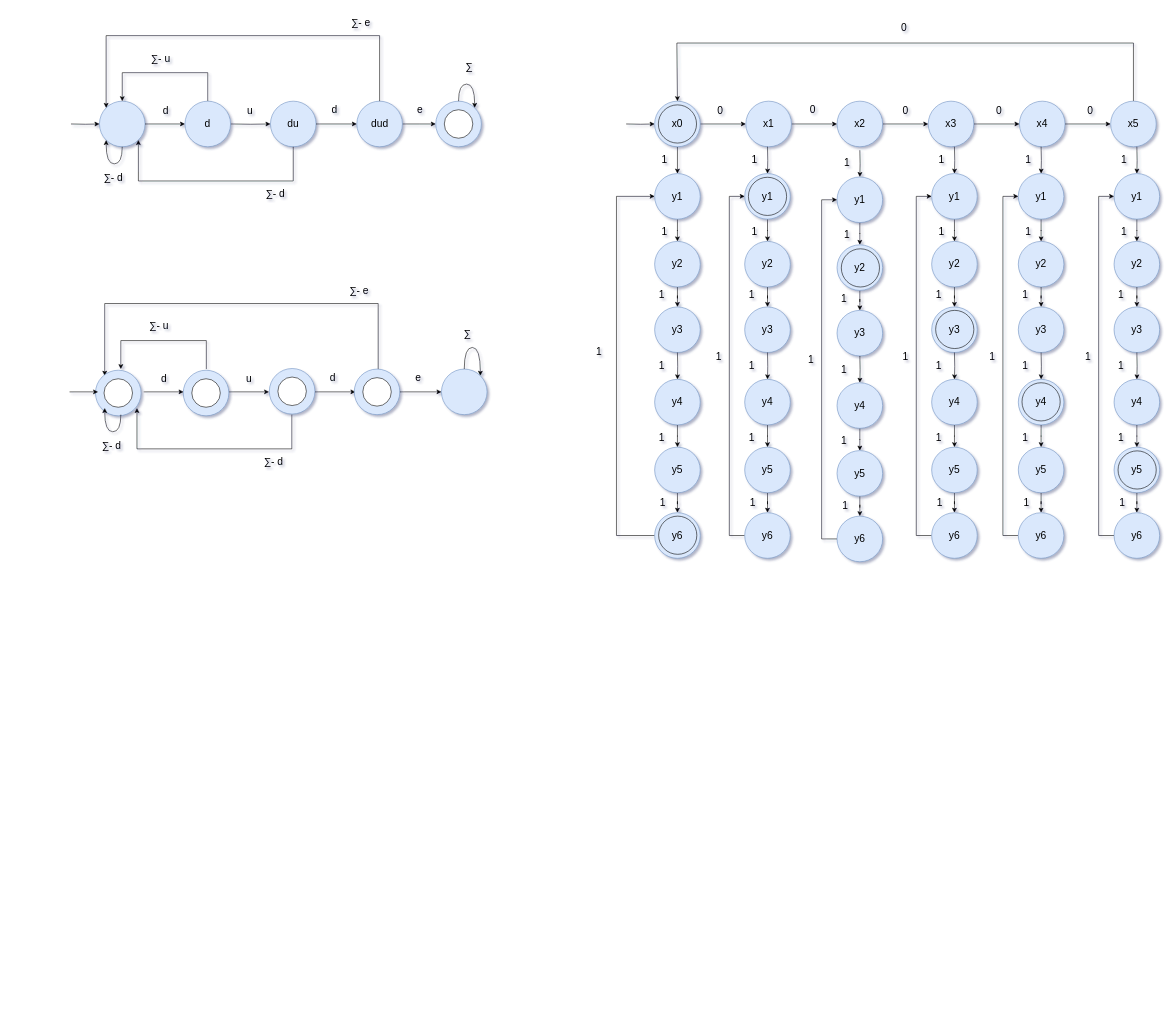
The draw.io diagram HW4/Untitled Diagram.drawio in mohsenkamini/SBU_FLA, before the edit. Source tidied: cells renumbered, new cells numbered last; positions are measured from the earlier drawing's top-left corner, leaving out a move shared by most shapes. Both pictures are drawn from the tidied source at 57%, with x=0, y=0 at pixel (70, 10).
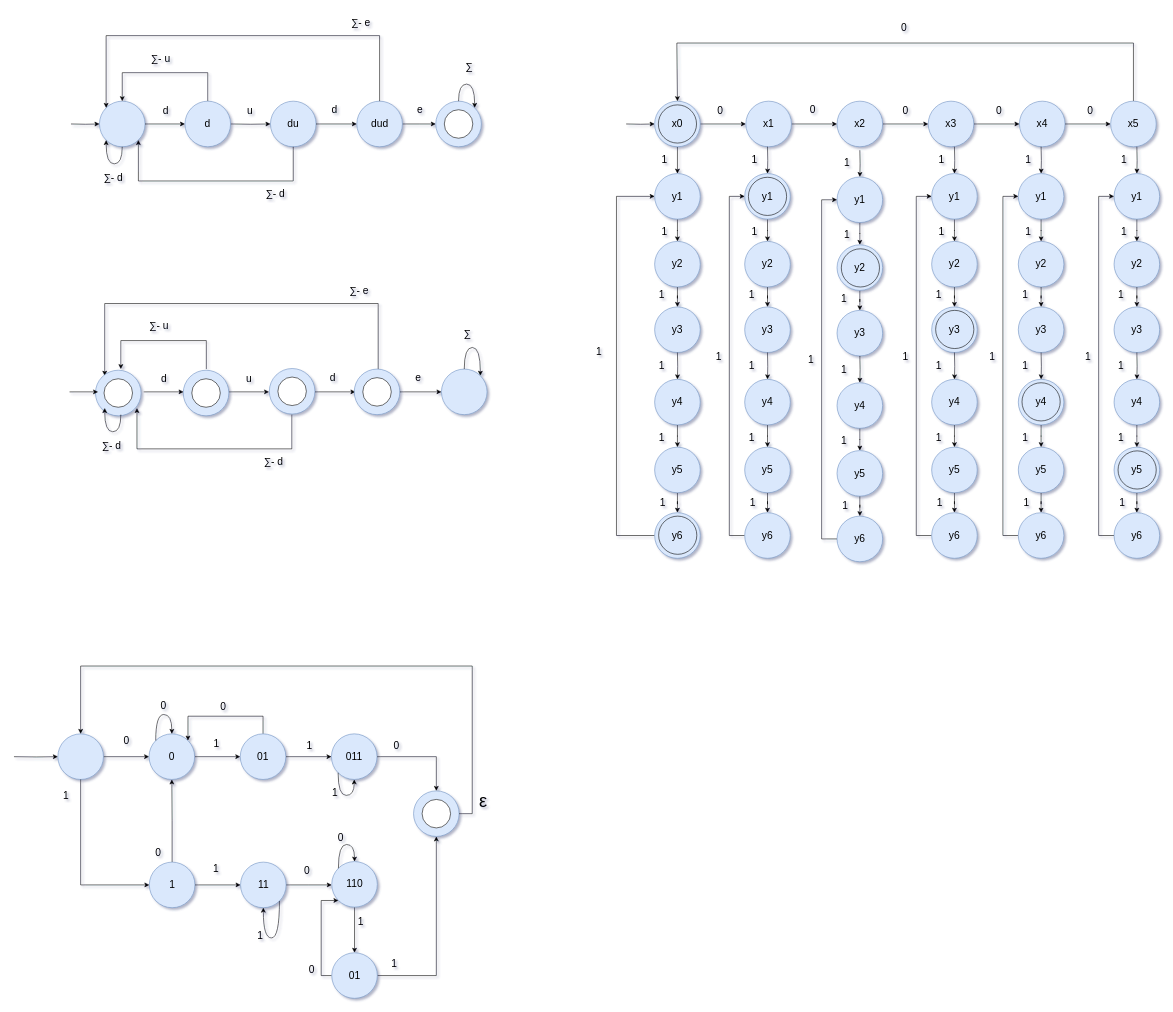
After the change.

The edit, as a diff of the source:
```diff
@@
+    <mxCell id="208" style="edgeStyle=orthogonalEdgeStyle;rounded=0;jettySize=auto;html=1;fontFamily=Helvetica;fontSize=18;fontColor=default;" parent="1" edge="1" source="209" target="212">
+      <mxGeometry relative="1" as="geometry" />
+    </mxCell>
+    <mxCell id="209" value="&lt;div&gt;&lt;br&gt;&lt;/div&gt;" style="ellipse;whiteSpace=wrap;html=1;hachureGap=4;fillColor=#dae8fc;strokeColor=#6c8ebf;rounded=0;fontSize=18;" parent="1" vertex="1">
+      <mxGeometry x="-21" y="1270" width="80" height="80" as="geometry" />
+    </mxCell>
+    <mxCell id="210" style="edgeStyle=orthogonalEdgeStyle;rounded=0;jettySize=auto;html=1;fontSize=18;entryX=0;entryY=0.5;entryDx=0;entryDy=0;" parent="1" edge="1" target="209">
+      <mxGeometry relative="1" as="geometry">
+        <mxPoint x="-98" y="1310" as="sourcePoint" />
+      </mxGeometry>
+    </mxCell>
+    <mxCell id="211" style="edgeStyle=orthogonalEdgeStyle;rounded=0;jettySize=auto;html=1;fontFamily=Helvetica;fontSize=18;fontColor=default;" parent="1" edge="1" source="212" target="215">
+      <mxGeometry relative="1" as="geometry" />
+    </mxCell>
+    <mxCell id="212" value="0" style="ellipse;whiteSpace=wrap;html=1;fontSize=18;fillColor=#dae8fc;strokeColor=#6c8ebf;hachureGap=4;rounded=0;" parent="1" vertex="1">
+      <mxGeometry x="139" y="1270" width="80" height="80" as="geometry" />
+    </mxCell>
+    <mxCell id="213" style="edgeStyle=orthogonalEdgeStyle;rounded=0;jettySize=auto;html=1;fontFamily=Helvetica;fontSize=18;fontColor=default;" parent="1" edge="1" source="215" target="217">
+      <mxGeometry relative="1" as="geometry" />
+    </mxCell>
+    <mxCell id="214" style="edgeStyle=orthogonalEdgeStyle;rounded=0;jettySize=auto;html=1;entryX=1;entryY=0;entryDx=0;entryDy=0;fontFamily=Helvetica;fontSize=18;fontColor=default;" parent="1" edge="1" source="215" target="212">
+      <mxGeometry relative="1" as="geometry">
+        <Array as="points">
+          <mxPoint x="339" y="1239" />
+          <mxPoint x="207" y="1239" />
+        </Array>
+      </mxGeometry>
+    </mxCell>
+    <mxCell id="215" value="01" style="ellipse;whiteSpace=wrap;html=1;fontSize=18;fillColor=#dae8fc;strokeColor=#6c8ebf;hachureGap=4;rounded=0;" parent="1" vertex="1">
+      <mxGeometry x="299" y="1270" width="80" height="80" as="geometry" />
+    </mxCell>
+    <mxCell id="216" style="edgeStyle=orthogonalEdgeStyle;rounded=0;jettySize=auto;html=1;" parent="1" edge="1" source="217" target="234">
+      <mxGeometry relative="1" as="geometry" />
+    </mxCell>
+    <mxCell id="217" value="011" style="ellipse;whiteSpace=wrap;html=1;fontSize=18;fillColor=#dae8fc;strokeColor=#6c8ebf;hachureGap=4;rounded=0;" parent="1" vertex="1">
+      <mxGeometry x="459" y="1270" width="80" height="80" as="geometry" />
+    </mxCell>
+    <mxCell id="218" style="edgeStyle=orthogonalEdgeStyle;rounded=0;jettySize=auto;html=1;fontFamily=Helvetica;fontSize=18;fontColor=default;exitX=0.5;exitY=1;exitDx=0;exitDy=0;" parent="1" edge="1" source="209" target="221">
+      <mxGeometry relative="1" as="geometry">
+        <Array as="points">
+          <mxPoint x="19" y="1535" />
+        </Array>
+      </mxGeometry>
+    </mxCell>
+    <mxCell id="219" style="edgeStyle=orthogonalEdgeStyle;rounded=0;jettySize=auto;html=1;fontFamily=Helvetica;fontSize=18;fontColor=default;" parent="1" edge="1" source="221" target="223">
+      <mxGeometry relative="1" as="geometry" />
+    </mxCell>
+    <mxCell id="220" style="edgeStyle=orthogonalEdgeStyle;rounded=0;jettySize=auto;html=1;entryX=0.5;entryY=1;entryDx=0;entryDy=0;fontFamily=Helvetica;fontSize=18;fontColor=default;" parent="1" edge="1" source="221" target="212">
+      <mxGeometry relative="1" as="geometry" />
+    </mxCell>
+    <mxCell id="221" value="1" style="ellipse;whiteSpace=wrap;html=1;fontSize=18;fillColor=#dae8fc;strokeColor=#6c8ebf;hachureGap=4;rounded=0;" parent="1" vertex="1">
+      <mxGeometry x="139.5" y="1495" width="80" height="80" as="geometry" />
+    </mxCell>
+    <mxCell id="222" style="edgeStyle=orthogonalEdgeStyle;rounded=0;jettySize=auto;html=1;fontFamily=Helvetica;fontSize=18;fontColor=default;" parent="1" edge="1" source="223">
+      <mxGeometry relative="1" as="geometry">
+        <mxPoint x="459.5" y="1535" as="targetPoint" />
+      </mxGeometry>
+    </mxCell>
+    <mxCell id="223" value="11" style="ellipse;whiteSpace=wrap;html=1;fontSize=18;fillColor=#dae8fc;strokeColor=#6c8ebf;hachureGap=4;rounded=0;" parent="1" vertex="1">
+      <mxGeometry x="299.5" y="1495" width="80" height="80" as="geometry" />
+    </mxCell>
+    <mxCell id="224" style="edgeStyle=orthogonalEdgeStyle;rounded=0;jettySize=auto;html=1;fontFamily=Helvetica;fontSize=18;fontColor=default;" parent="1" edge="1" source="225" target="238">
+      <mxGeometry relative="1" as="geometry" />
+    </mxCell>
+    <mxCell id="225" value="110" style="ellipse;whiteSpace=wrap;html=1;fontSize=18;fillColor=#dae8fc;strokeColor=#6c8ebf;hachureGap=4;rounded=0;" parent="1" vertex="1">
+      <mxGeometry x="459.5" y="1494" width="80" height="80" as="geometry" />
+    </mxCell>
+    <mxCell id="226" value="0" style="text;html=1;align=center;verticalAlign=middle;strokeColor=none;fillColor=none;fontFamily=Helvetica;fontSize=18;fontColor=default;" parent="1" vertex="1">
+      <mxGeometry x="85" y="1266" width="28" height="34" as="geometry" />
+    </mxCell>
+    <mxCell id="227" value="1" style="text;html=1;align=center;verticalAlign=middle;strokeColor=none;fillColor=none;fontFamily=Helvetica;fontSize=18;fontColor=default;" parent="1" vertex="1">
+      <mxGeometry x="243" y="1271" width="28" height="34" as="geometry" />
+    </mxCell>
+    <mxCell id="228" value="1" style="text;html=1;align=center;verticalAlign=middle;strokeColor=none;fillColor=none;fontFamily=Helvetica;fontSize=18;fontColor=default;" parent="1" vertex="1">
+      <mxGeometry x="406" y="1274" width="28" height="34" as="geometry" />
+    </mxCell>
+    <mxCell id="229" value="1" style="text;html=1;align=center;verticalAlign=middle;strokeColor=none;fillColor=none;fontFamily=Helvetica;fontSize=18;fontColor=default;" parent="1" vertex="1">
+      <mxGeometry x="-21" y="1362" width="28" height="34" as="geometry" />
+    </mxCell>
+    <mxCell id="230" value="1" style="text;html=1;align=center;verticalAlign=middle;strokeColor=none;fillColor=none;fontFamily=Helvetica;fontSize=18;fontColor=default;" parent="1" vertex="1">
+      <mxGeometry x="241.5" y="1489" width="28" height="34" as="geometry" />
+    </mxCell>
+    <mxCell id="231" value="0" style="text;html=1;align=center;verticalAlign=middle;strokeColor=none;fillColor=none;fontFamily=Helvetica;fontSize=18;fontColor=default;" parent="1" vertex="1">
+      <mxGeometry x="401.5" y="1494" width="28" height="34" as="geometry" />
+    </mxCell>
+    <mxCell id="232" value="1" style="text;html=1;align=center;verticalAlign=middle;strokeColor=none;fillColor=none;fontFamily=Helvetica;fontSize=18;fontColor=default;" parent="1" vertex="1">
+      <mxGeometry x="319.5" y="1608" width="28" height="34" as="geometry" />
+    </mxCell>
+    <mxCell id="233" style="group;" parent="1" vertex="1">
+      <mxGeometry x="603" y="1370" width="80" height="80" as="geometry" />
+    </mxCell>
+    <mxCell id="234" style="ellipse;whiteSpace=wrap;html=1;hachureGap=4;fillColor=#dae8fc;strokeColor=#6c8ebf;rounded=0;fontSize=18;" parent="233" vertex="1">
+      <mxGeometry width="80" height="80" as="geometry" />
+    </mxCell>
+    <mxCell id="235" style="ellipse;whiteSpace=wrap;html=1;hachureGap=4;rounded=0;fontSize=18;" parent="233" vertex="1">
+      <mxGeometry x="15" y="15" width="50" height="50" as="geometry" />
+    </mxCell>
+    <mxCell id="236" style="edgeStyle=orthogonalEdgeStyle;rounded=0;jettySize=auto;html=1;fontFamily=Helvetica;fontSize=18;fontColor=default;entryX=0.5;entryY=1;entryDx=0;entryDy=0;" parent="1" edge="1" source="238" target="234">
+      <mxGeometry relative="1" as="geometry" />
+    </mxCell>
+    <mxCell id="237" style="edgeStyle=orthogonalEdgeStyle;rounded=0;jettySize=auto;html=1;entryX=0;entryY=1;entryDx=0;entryDy=0;fontFamily=Helvetica;fontSize=18;fontColor=default;" parent="1" edge="1" source="238" target="225">
+      <mxGeometry relative="1" as="geometry">
+        <Array as="points">
+          <mxPoint x="441" y="1694" />
+          <mxPoint x="441" y="1562" />
+        </Array>
+      </mxGeometry>
+    </mxCell>
+    <mxCell id="238" value="01" style="ellipse;whiteSpace=wrap;html=1;fontSize=18;fillColor=#dae8fc;strokeColor=#6c8ebf;hachureGap=4;rounded=0;" parent="1" vertex="1">
+      <mxGeometry x="459.5" y="1654" width="80" height="80" as="geometry" />
+    </mxCell>
+    <mxCell id="239" value="1" style="text;html=1;align=center;verticalAlign=middle;strokeColor=none;fillColor=none;fontFamily=Helvetica;fontSize=18;fontColor=default;" parent="1" vertex="1">
+      <mxGeometry x="496" y="1582" width="28" height="34" as="geometry" />
+    </mxCell>
+    <mxCell id="240" value="1" style="text;html=1;align=center;verticalAlign=middle;strokeColor=none;fillColor=none;fontFamily=Helvetica;fontSize=18;fontColor=default;" parent="1" vertex="1">
+      <mxGeometry x="555" y="1656" width="28" height="34" as="geometry" />
+    </mxCell>
+    <mxCell id="241" style="edgeStyle=orthogonalEdgeStyle;rounded=0;orthogonalLoop=1;jettySize=auto;html=1;exitX=0;exitY=1;exitDx=0;exitDy=0;entryX=0.5;entryY=1;entryDx=0;entryDy=0;fontFamily=Helvetica;fontSize=18;fontColor=default;curved=1;" parent="1" edge="1" source="217" target="217">
+      <mxGeometry relative="1" as="geometry">
+        <Array as="points">
+          <mxPoint x="471" y="1378" />
+          <mxPoint x="499" y="1378" />
+        </Array>
+      </mxGeometry>
+    </mxCell>
+    <mxCell id="242" value="1" style="text;html=1;align=center;verticalAlign=middle;strokeColor=none;fillColor=none;fontFamily=Helvetica;fontSize=18;fontColor=default;" parent="1" vertex="1">
+      <mxGeometry x="451" y="1357" width="28" height="34" as="geometry" />
+    </mxCell>
+    <mxCell id="243" value="0" style="text;html=1;align=center;verticalAlign=middle;strokeColor=none;fillColor=none;fontFamily=Helvetica;fontSize=18;fontColor=default;" parent="1" vertex="1">
+      <mxGeometry x="559" y="1274" width="28" height="34" as="geometry" />
+    </mxCell>
+    <mxCell id="244" style="edgeStyle=orthogonalEdgeStyle;rounded=0;orthogonalLoop=1;jettySize=auto;html=1;exitX=0;exitY=0;exitDx=0;exitDy=0;entryX=0.5;entryY=0;entryDx=0;entryDy=0;fontFamily=Helvetica;fontSize=18;fontColor=default;curved=1;" parent="1" edge="1" source="212" target="212">
+      <mxGeometry relative="1" as="geometry">
+        <Array as="points">
+          <mxPoint x="151" y="1236" />
+          <mxPoint x="179" y="1236" />
+        </Array>
+      </mxGeometry>
+    </mxCell>
+    <mxCell id="245" value="0" style="text;html=1;align=center;verticalAlign=middle;strokeColor=none;fillColor=none;fontFamily=Helvetica;fontSize=18;fontColor=default;" parent="1" vertex="1">
+      <mxGeometry x="150" y="1204" width="28" height="34" as="geometry" />
+    </mxCell>
+    <mxCell id="246" value="0" style="text;html=1;align=center;verticalAlign=middle;strokeColor=none;fillColor=none;fontFamily=Helvetica;fontSize=18;fontColor=default;" parent="1" vertex="1">
+      <mxGeometry x="255" y="1206" width="28" height="34" as="geometry" />
+    </mxCell>
+    <mxCell id="247" style="edgeStyle=orthogonalEdgeStyle;rounded=0;jettySize=auto;html=1;entryX=0.5;entryY=0;entryDx=0;entryDy=0;fontFamily=Helvetica;fontSize=18;fontColor=default;" parent="1" edge="1" source="234" target="209">
+      <mxGeometry relative="1" as="geometry">
+        <Array as="points">
+          <mxPoint x="706" y="1410" />
+          <mxPoint x="706" y="1151" />
+          <mxPoint x="19" y="1151" />
+        </Array>
+      </mxGeometry>
+    </mxCell>
+    <mxCell id="248" value="&lt;span style=&quot;font-family: &amp;quot;Google Sans&amp;quot;, arial, sans-serif; font-size: 32px; text-align: left; text-wrap: wrap;&quot;&gt;ε&lt;/span&gt;" style="text;html=1;align=center;verticalAlign=middle;strokeColor=none;fillColor=none;fontFamily=Helvetica;fontSize=18;fontColor=default;" parent="1" vertex="1">
+      <mxGeometry x="709" y="1362" width="32" height="50" as="geometry" />
+    </mxCell>
+    <mxCell id="249" style="edgeStyle=orthogonalEdgeStyle;rounded=0;orthogonalLoop=1;jettySize=auto;html=1;exitX=1;exitY=1;exitDx=0;exitDy=0;entryX=0.5;entryY=1;entryDx=0;entryDy=0;fontFamily=Helvetica;fontSize=18;fontColor=default;curved=1;" parent="1" edge="1" source="223" target="223">
+      <mxGeometry relative="1" as="geometry">
+        <Array as="points">
+          <mxPoint x="368" y="1628" />
+          <mxPoint x="340" y="1628" />
+        </Array>
+      </mxGeometry>
+    </mxCell>
+    <mxCell id="250" value="0" style="text;html=1;align=center;verticalAlign=middle;strokeColor=none;fillColor=none;fontFamily=Helvetica;fontSize=18;fontColor=default;" parent="1" vertex="1">
+      <mxGeometry x="141" y="1461" width="28" height="34" as="geometry" />
+    </mxCell>
+    <mxCell id="251" style="edgeStyle=orthogonalEdgeStyle;rounded=0;orthogonalLoop=1;jettySize=auto;html=1;exitX=0;exitY=0;exitDx=0;exitDy=0;entryX=0.5;entryY=0;entryDx=0;entryDy=0;fontFamily=Helvetica;fontSize=18;fontColor=default;curved=1;" parent="1" edge="1" source="225" target="225">
+      <mxGeometry relative="1" as="geometry">
+        <Array as="points">
+          <mxPoint x="471" y="1464" />
+          <mxPoint x="500" y="1464" />
+        </Array>
+      </mxGeometry>
+    </mxCell>
+    <mxCell id="252" value="0" style="text;html=1;align=center;verticalAlign=middle;strokeColor=none;fillColor=none;fontFamily=Helvetica;fontSize=18;fontColor=default;" parent="1" vertex="1">
+      <mxGeometry x="461" y="1436" width="28" height="34" as="geometry" />
+    </mxCell>
+    <mxCell id="253" value="0" style="text;html=1;align=center;verticalAlign=middle;strokeColor=none;fillColor=none;fontFamily=Helvetica;fontSize=18;fontColor=default;" parent="1" vertex="1">
+      <mxGeometry x="410" y="1667" width="28" height="34" as="geometry" />
+    </mxCell>
```
